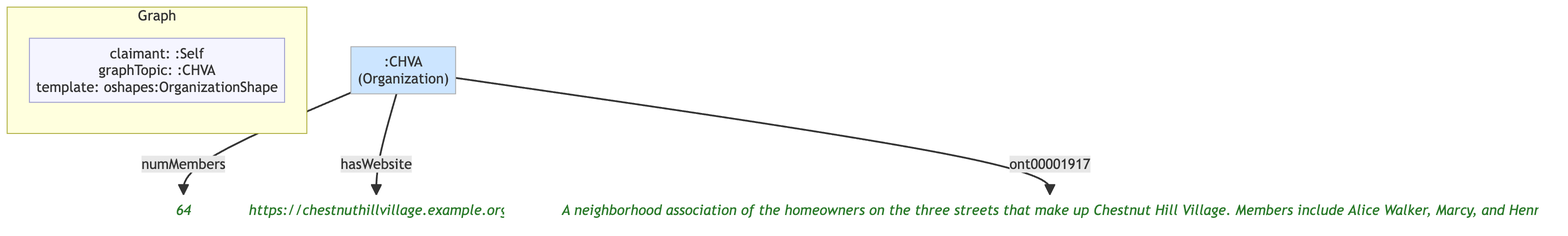
Before: example/graphs/images/graph-101.png, a diagram exported from Mermaid (MeeFoundation/mia-ontologies). Its source is kept beside it as example/graphs/images/graph-101.mmd.
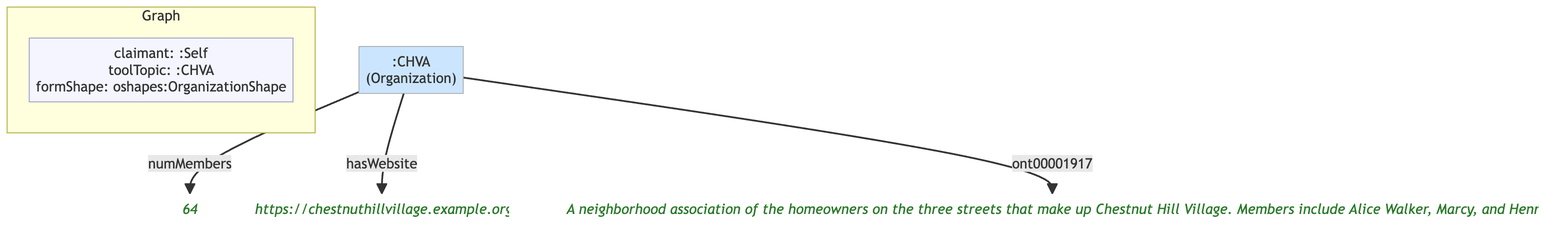
Above is the later version.

The edit, as a diff of the source:
```diff
@@ -7,14 +7,14 @@
 
     subgraph ctx["Graph"]
         direction LR
-        ctx_meta["claimant: :Self\ngraphTopic: :CHVA\ntemplate: oshapes:OrganizationShape"]:::meta
+        ctx_meta["claimant: :Self\ntoolTopic: :CHVA\nformShape: oshapes:OrganizationShape"]:::meta
     end
 
     na28bd289d30c[":CHVA\n(Organization)"]:::org
     n1c9b4a10a37c("64"):::lit
     nda8c8bfea4f9("https://chestnuthillvillage.example.org"):::lit
-    nd811b0654a96("A neighborhood association of the homeowners on the three streets that make up Chestnut Hill Village. Members include Alice Walker, Marcy, and Henry."):::lit
+    n316833624575("A neighborhood association of the homeowners on the three streets that make up Chestnut Hill Village. Members include Alice Walker, Marcy, and Henry."):::lit
 
     na28bd289d30c -->|"numMembers"| n1c9b4a10a37c
     na28bd289d30c -->|"hasWebsite"| nda8c8bfea4f9
-    na28bd289d30c -->|"ont00001917"| nd811b0654a96
+    na28bd289d30c -->|"ont00001917"| n316833624575
```
